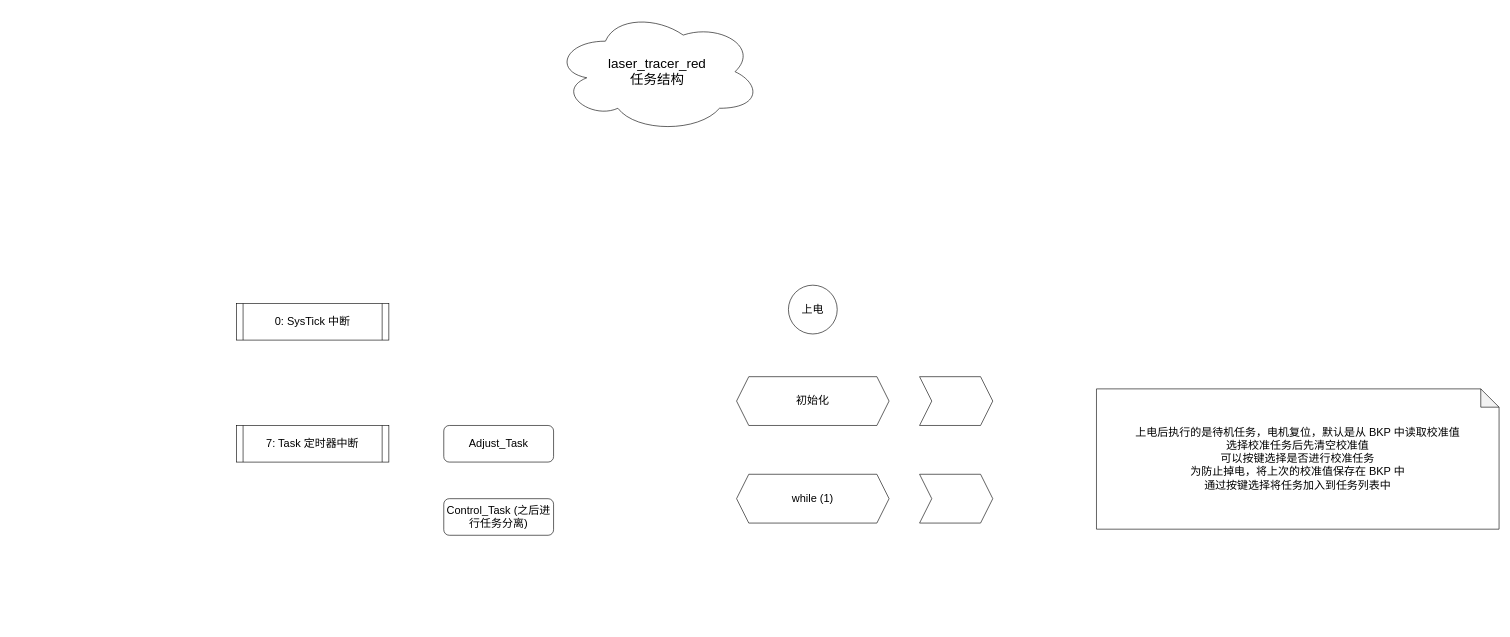
This is reference/任务结构.drawio from dokee39/laser_tracer_red, a draw.io file, before an edit. Source tidied: cells renumbered, new cells numbered last; positions are measured from the earlier drawing's top-left corner, leaving out a move shared by most shapes. Both pictures are drawn from the tidied source at 61%, with x=0, y=0 at pixel (236, 10).
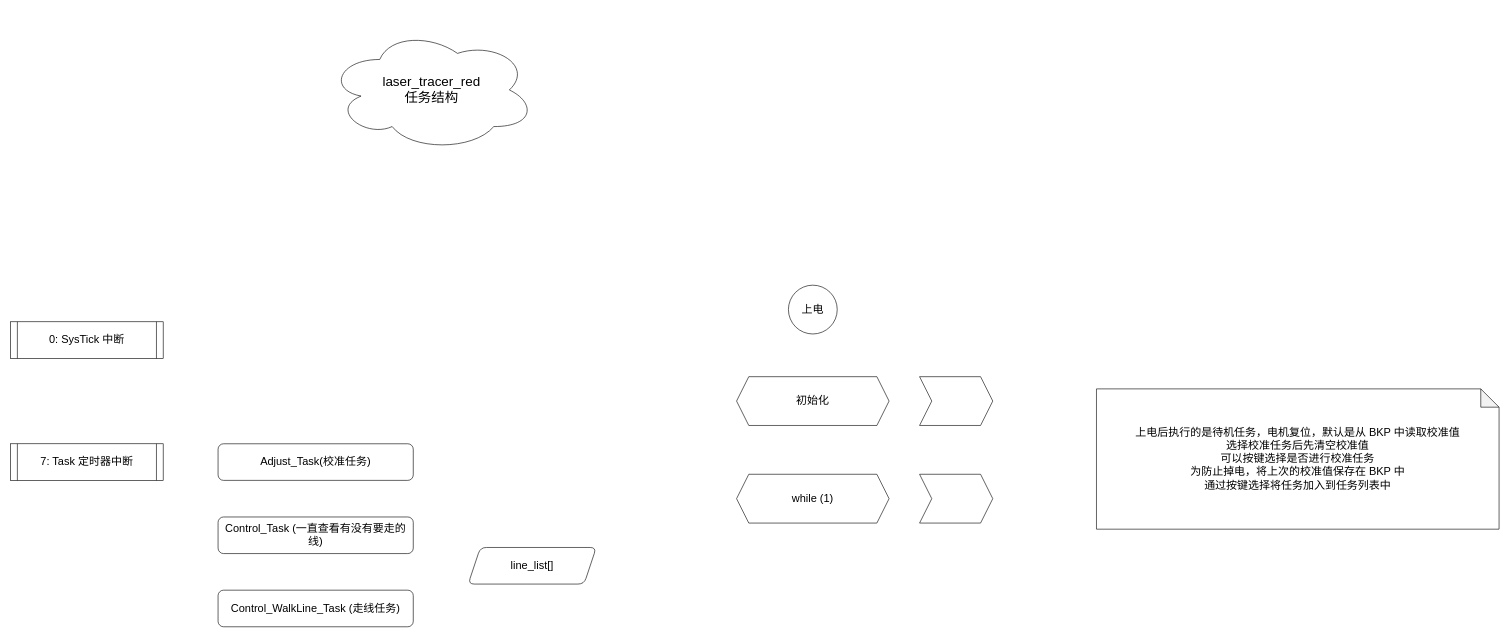
The same diagram, later.

Change to the diagram source:
```diff
@@
 <mxGraphModel>
   <root>
     <mxCell id="0" />
     <mxCell id="1" parent="0" />
     <mxCell id="2" value="上电" style="ellipse;whiteSpace=wrap;html=1;strokeColor=default;fontFamily=LXGW WenKai Mono;fontSize=18;fontColor=default;fillColor=default;" parent="1" vertex="1">
       <mxGeometry x="905" y="450" width="80" height="80" as="geometry" />
     </mxCell>
     <mxCell id="3" style="shape=step;perimeter=stepPerimeter;whiteSpace=wrap;html=1;fixedSize=1;strokeColor=default;fontFamily=LXGW WenKai Mono;fontSize=18;fontColor=default;fillColor=default;" parent="1" vertex="1">
       <mxGeometry x="1120" y="600" width="120" height="80" as="geometry" />
     </mxCell>
     <mxCell id="4" value="初始化" style="shape=hexagon;perimeter=hexagonPerimeter2;whiteSpace=wrap;html=1;fixedSize=1;strokeColor=default;fontFamily=LXGW WenKai Mono;fontSize=18;fontColor=default;fillColor=default;" parent="1" vertex="1">
       <mxGeometry x="820" y="600" width="250" height="80" as="geometry" />
     </mxCell>
     <mxCell id="5" style="shape=step;perimeter=stepPerimeter;whiteSpace=wrap;html=1;fixedSize=1;strokeColor=default;fontFamily=LXGW WenKai Mono;fontSize=18;fontColor=default;fillColor=default;" parent="1" vertex="1">
       <mxGeometry x="1120" y="760" width="120" height="80" as="geometry" />
     </mxCell>
     <mxCell id="6" value="while (1)" style="shape=hexagon;perimeter=hexagonPerimeter2;whiteSpace=wrap;html=1;fixedSize=1;strokeColor=default;fontFamily=LXGW WenKai Mono;fontSize=18;fontColor=default;fillColor=default;" parent="1" vertex="1">
       <mxGeometry x="820" y="760" width="250" height="80" as="geometry" />
     </mxCell>
     <mxCell id="7" value="laser_tracer_red&lt;br style=&quot;font-size: 22px;&quot;&gt;&lt;span style=&quot;font-size: 22px;&quot;&gt;任务结构&lt;/span&gt;" style="ellipse;shape=cloud;whiteSpace=wrap;html=1;strokeColor=default;fontFamily=LXGW WenKai Mono;fontSize=22;fontColor=default;fillColor=default;" parent="1" vertex="1">
-      <mxGeometry x="520" width="340" height="200" as="geometry" />
+      <mxGeometry x="150" y="30" width="340" height="200" as="geometry" />
     </mxCell>
     <mxCell id="8" value="0: SysTick 中断" style="shape=process;whiteSpace=wrap;html=1;backgroundOutline=1;strokeColor=default;fontFamily=LXGW WenKai Mono;fontSize=18;fontColor=default;fillColor=default;size=0.043478260869565216;" parent="1" vertex="1">
-      <mxGeometry y="480" width="250" height="60" as="geometry" />
+      <mxGeometry x="-370" y="510" width="250" height="60" as="geometry" />
     </mxCell>
     <mxCell id="9" value="7: Task 定时器中断" style="shape=process;whiteSpace=wrap;html=1;backgroundOutline=1;strokeColor=default;fontFamily=LXGW WenKai Mono;fontSize=18;fontColor=default;fillColor=default;size=0.043478260869565216;" parent="1" vertex="1">
-      <mxGeometry y="680" width="250" height="60" as="geometry" />
+      <mxGeometry x="-370" y="710" width="250" height="60" as="geometry" />
     </mxCell>
-    <mxCell id="10" value="Adjust_Task" style="rounded=1;whiteSpace=wrap;html=1;strokeColor=default;fontFamily=LXGW WenKai Mono;fontSize=18;fontColor=default;fillColor=default;" parent="1" vertex="1">
-      <mxGeometry x="340" y="680" width="180" height="60" as="geometry" />
+    <mxCell id="10" value="Adjust_Task(校准任务)" style="rounded=1;whiteSpace=wrap;html=1;strokeColor=default;fontFamily=LXGW WenKai Mono;fontSize=18;fontColor=default;fillColor=default;" parent="1" vertex="1">
+      <mxGeometry x="-30" y="710" width="320" height="60" as="geometry" />
     </mxCell>
-    <mxCell id="11" value="Control_Task (之后进行任务分离)" style="rounded=1;whiteSpace=wrap;html=1;strokeColor=default;fontFamily=LXGW WenKai Mono;fontSize=18;fontColor=default;fillColor=default;" parent="1" vertex="1">
-      <mxGeometry x="340" y="800" width="180" height="60" as="geometry" />
+    <mxCell id="11" value="Control_Task (一直查看有没有要走的线)" style="rounded=1;whiteSpace=wrap;html=1;strokeColor=default;fontFamily=LXGW WenKai Mono;fontSize=18;fontColor=default;fillColor=default;" parent="1" vertex="1">
+      <mxGeometry x="-30" y="830" width="320" height="60" as="geometry" />
     </mxCell>
     <mxCell id="12" value="上电后执行的是待机任务，电机复位，默认是从 BKP 中读取校准值&lt;br&gt;选择校准任务后先清空校准值&lt;br&gt;可以按键选择是否进行校准任务&lt;br&gt;为防止掉电，将上次的校准值保存在 BKP 中&lt;br&gt;通过按键选择将任务加入到任务列表中" style="shape=note;whiteSpace=wrap;html=1;backgroundOutline=1;darkOpacity=0.05;strokeColor=default;fontFamily=LXGW WenKai Mono;fontSize=18;fontColor=default;fillColor=default;" parent="1" vertex="1">
       <mxGeometry x="1410" y="620" width="660" height="230" as="geometry" />
     </mxCell>
+    <mxCell id="13" value="Control_WalkLine_Task (走线任务)" style="rounded=1;whiteSpace=wrap;html=1;strokeColor=default;fontFamily=LXGW WenKai Mono;fontSize=18;fontColor=default;fillColor=default;" parent="1" vertex="1">
+      <mxGeometry x="-30" y="950" width="320" height="60" as="geometry" />
+    </mxCell>
+    <mxCell id="14" value="line_list[]" style="shape=parallelogram;perimeter=parallelogramPerimeter;whiteSpace=wrap;html=1;fixedSize=1;rounded=1;strokeColor=default;fontFamily=LXGW WenKai Mono;fontSize=18;fontColor=default;fillColor=default;" parent="1" vertex="1">
+      <mxGeometry x="380" y="880" width="210" height="60" as="geometry" />
+    </mxCell>
   </root>
 </mxGraphModel>
```
